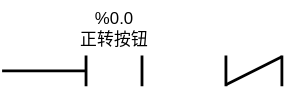
Before: drawio/ZhengFanZhuan.svg, a diagram exported from draw.io (Stolorzs/Picgo). Source tidied: cells renumbered, new cells last; positions are measured from the earlier drawing's top-left corner, leaving out a move shared by most shapes.
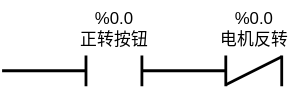
After the change.

Diff of the diagram source:
```diff
@@ -22,5 +22,11 @@
         <mxPoint y="20" as="sourcePoint" />
       </mxGeometry>
     </mxCell>
+    <mxCell id="8" style="line;strokeWidth=2;html=1;" parent="1" vertex="1">
+      <mxGeometry x="100" y="45" width="60" height="10" as="geometry" />
+    </mxCell>
+    <mxCell id="9" value="&lt;div&gt;%0.0&lt;/div&gt;电机反转" style="text;html=1;align=center;verticalAlign=middle;strokeColor=none;fillColor=none;" parent="1" vertex="1">
+      <mxGeometry x="145" width="70" height="40" as="geometry" />
+    </mxCell>
   </root>
 </mxGraphModel>
```
